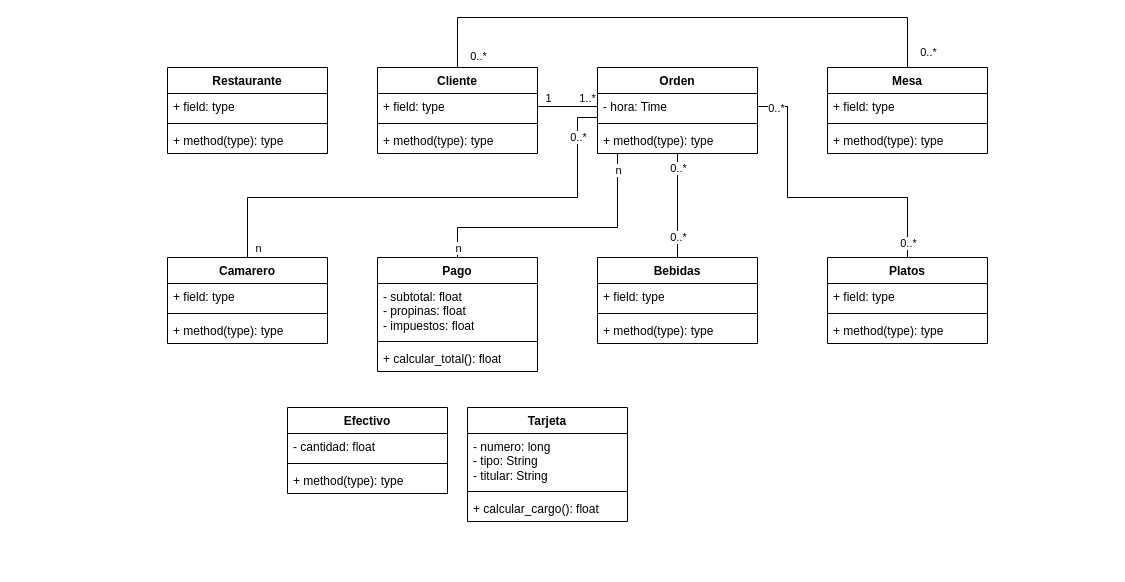
nicochare/final_ingenieria_software keeps this draw.io diagram as Entrega 2/diagrama_clases_restaurante_11-12.drawio. Above is the earlier version. Source tidied: cells renumbered, new cells numbered last; positions are measured from the earlier drawing's top-left corner, leaving out a move shared by most shapes. Both pictures are drawn from the tidied source at 100%, with x=0, y=0 at pixel (167, 17).
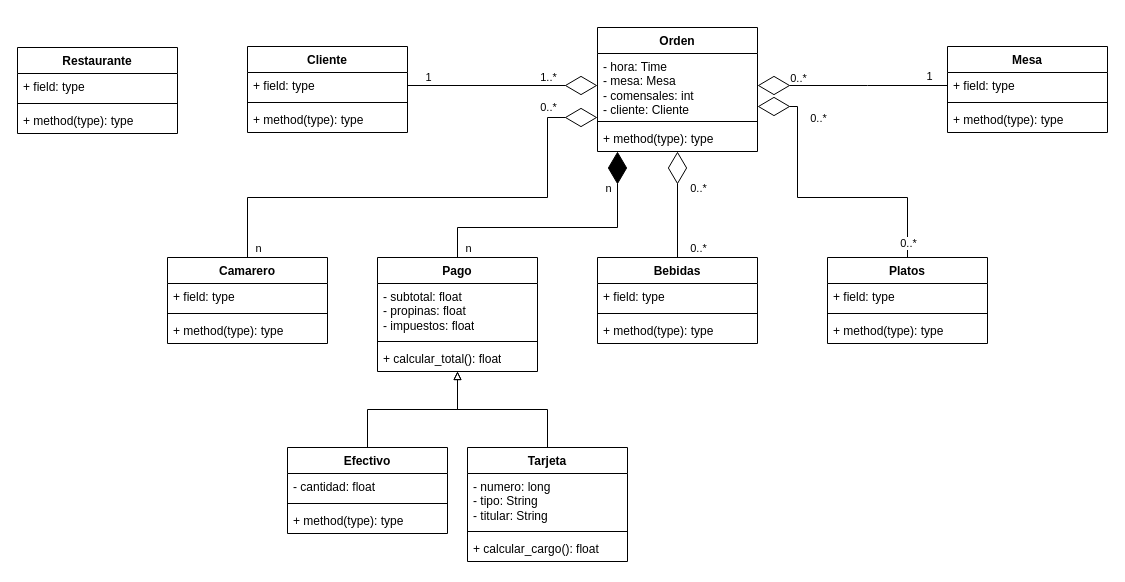
The same page after the edit.

The change refers to these unchanged cells:
```xml
<mxCell id="10" value="+ field: type" style="text;strokeColor=none;fillColor=none;align=left;verticalAlign=top;spacingLeft=4;spacingRight=4;overflow=hidden;points=[[0,0.5],[1,0.5]];portConstraint=eastwest;whiteSpace=wrap;html=1;" parent="9" vertex="1">
  <mxGeometry y="26" width="160" height="26" as="geometry" />
</mxCell>
<mxCell id="27" value="Bebidas" style="swimlane;fontStyle=1;align=center;verticalAlign=top;horizontal=1;startSize=26;whiteSpace=wrap;html=1;" parent="1" vertex="1">
  <mxGeometry x="430" y="240" width="160" height="86" as="geometry" />
</mxCell>
<mxCell id="31" value="Platos" style="swimlane;fontStyle=1;align=center;verticalAlign=top;horizontal=1;startSize=26;whiteSpace=wrap;html=1;" parent="1" vertex="1">
  <mxGeometry x="660" y="240" width="160" height="86" as="geometry" />
</mxCell>
<mxCell id="38" value="Pago" style="swimlane;fontStyle=1;align=center;verticalAlign=top;horizontal=1;startSize=26;whiteSpace=wrap;html=1;" parent="1" vertex="1">
  <mxGeometry x="210" y="240" width="160" height="114" as="geometry" />
</mxCell>
<mxCell id="56" value="Camarero" style="swimlane;fontStyle=1;align=center;verticalAlign=top;horizontal=1;startSize=26;whiteSpace=wrap;html=1;" parent="1" vertex="1">
  <mxGeometry y="240" width="160" height="86" as="geometry" />
</mxCell>
```

Change to the diagram source:
```diff
@@
     <mxCell id="2" value="Restaurante" style="swimlane;fontStyle=1;align=center;verticalAlign=top;horizontal=1;startSize=26;whiteSpace=wrap;html=1;" parent="1" vertex="1">
-      <mxGeometry y="50" width="160" height="86" as="geometry" />
+      <mxGeometry x="-150" y="30" width="160" height="86" as="geometry" />
     </mxCell>
@@
-    <mxCell id="6" style="edgeStyle=orthogonalEdgeStyle;rounded=0;jettySize=auto;html=1;entryX=0.5;entryY=0;entryDx=0;entryDy=0;endArrow=none;endFill=0;" parent="1" edge="1" source="9" target="13">
-      <mxGeometry relative="1" as="geometry">
-        <Array as="points">
-          <mxPoint x="290" />
-          <mxPoint x="740" />
-        </Array>
-      </mxGeometry>
-    </mxCell>
-    <mxCell id="7" value="0..*" style="edgeLabel;html=1;align=center;verticalAlign=middle;" parent="6" vertex="1">
-      <mxGeometry x="-0.91" y="2" relative="1" as="geometry">
-        <mxPoint x="22" y="13" as="offset" />
-      </mxGeometry>
-    </mxCell>
-    <mxCell id="8" value="0..*" style="edgeLabel;html=1;align=center;verticalAlign=middle;" parent="6" vertex="1">
-      <mxGeometry x="0.94" y="2" relative="1" as="geometry">
-        <mxPoint x="18" as="offset" />
-      </mxGeometry>
-    </mxCell>
     <mxCell id="9" value="Cliente" style="swimlane;fontStyle=1;align=center;verticalAlign=top;horizontal=1;startSize=26;whiteSpace=wrap;html=1;" parent="1" vertex="1">
-      <mxGeometry x="210" y="50" width="160" height="86" as="geometry" />
+      <mxGeometry x="80" y="29" width="160" height="86" as="geometry" />
     </mxCell>
@@
     <mxCell id="13" value="Mesa" style="swimlane;fontStyle=1;align=center;verticalAlign=top;horizontal=1;startSize=26;whiteSpace=wrap;html=1;" parent="1" vertex="1">
-      <mxGeometry x="660" y="50" width="160" height="86" as="geometry" />
+      <mxGeometry x="780" y="29" width="160" height="86" as="geometry" />
     </mxCell>
@@
-    <mxCell id="17" style="edgeStyle=orthogonalEdgeStyle;rounded=0;jettySize=auto;html=1;entryX=0.5;entryY=0;entryDx=0;entryDy=0;endArrow=none;endFill=0;" parent="1" edge="1" source="23" target="27">
+    <mxCell id="17" style="edgeStyle=orthogonalEdgeStyle;rounded=0;jettySize=auto;html=1;entryX=0.5;entryY=0;entryDx=0;entryDy=0;endArrow=none;endFill=0;startArrow=diamondThin;startFill=0;startSize=30;" parent="1" edge="1" source="23" target="27">
       <mxGeometry relative="1" as="geometry" />
     </mxCell>
     <mxCell id="18" value="0..*" style="edgeLabel;html=1;align=center;verticalAlign=middle;" parent="17" vertex="1">
       <mxGeometry x="-0.87" y="1" relative="1" as="geometry">
-        <mxPoint x="-1" y="7" as="offset" />
+        <mxPoint x="19" y="29" as="offset" />
       </mxGeometry>
     </mxCell>
     <mxCell id="19" value="0..*" style="edgeLabel;html=1;align=center;verticalAlign=middle;" parent="17" vertex="1">
       <mxGeometry x="0.47" relative="1" as="geometry">
-        <mxPoint y="7" as="offset" />
+        <mxPoint x="20" y="18" as="offset" />
       </mxGeometry>
     </mxCell>
-    <mxCell id="20" style="edgeStyle=orthogonalEdgeStyle;rounded=0;jettySize=auto;html=1;entryX=0.5;entryY=0;entryDx=0;entryDy=0;endArrow=none;endFill=0;" parent="1" edge="1" source="23" target="56">
+    <mxCell id="20" style="edgeStyle=orthogonalEdgeStyle;rounded=0;jettySize=auto;html=1;entryX=0.5;entryY=0;entryDx=0;entryDy=0;endArrow=none;endFill=0;startSize=30;startArrow=diamondThin;startFill=0;" parent="1" edge="1" source="23" target="56">
       <mxGeometry relative="1" as="geometry">
         <Array as="points">
-          <mxPoint x="410" y="100" />
-          <mxPoint x="410" y="180" />
+          <mxPoint x="380" y="100" />
+          <mxPoint x="380" y="180" />
           <mxPoint x="80" y="180" />
         </Array>
       </mxGeometry>
     </mxCell>
@@
     <mxCell id="23" value="Orden" style="swimlane;fontStyle=1;align=center;verticalAlign=top;horizontal=1;startSize=26;whiteSpace=wrap;html=1;" parent="1" vertex="1">
-      <mxGeometry x="430" y="50" width="160" height="86" as="geometry" />
+      <mxGeometry x="430" y="10" width="160" height="124" as="geometry" />
     </mxCell>
-    <mxCell id="24" value="- hora: Time" style="text;strokeColor=none;fillColor=none;align=left;verticalAlign=top;spacingLeft=4;spacingRight=4;overflow=hidden;points=[[0,0.5],[1,0.5]];portConstraint=eastwest;whiteSpace=wrap;html=1;" parent="23" vertex="1">
-      <mxGeometry y="26" width="160" height="26" as="geometry" />
+    <mxCell id="24" value="&lt;div&gt;- hora: Time&lt;/div&gt;&lt;div&gt;- mesa: Mesa&lt;/div&gt;&lt;div&gt;- comensales: int&lt;/div&gt;&lt;div&gt;- cliente: Cliente&lt;/div&gt;" style="text;strokeColor=none;fillColor=none;align=left;verticalAlign=top;spacingLeft=4;spacingRight=4;overflow=hidden;points=[[0,0.5],[1,0.5]];portConstraint=eastwest;whiteSpace=wrap;html=1;" parent="23" vertex="1">
+      <mxGeometry y="26" width="160" height="64" as="geometry" />
     </mxCell>
     <mxCell id="25" style="line;strokeWidth=1;fillColor=none;align=left;verticalAlign=middle;spacingTop=-1;spacingLeft=3;spacingRight=3;labelPosition=right;strokeColor=inherit;" parent="23" vertex="1">
-      <mxGeometry y="52" width="160" height="8" as="geometry" />
+      <mxGeometry y="90" width="160" height="8" as="geometry" />
     </mxCell>
     <mxCell id="26" value="+ method(type): type" style="text;strokeColor=none;fillColor=none;align=left;verticalAlign=top;spacingLeft=4;spacingRight=4;overflow=hidden;whiteSpace=wrap;html=1;" parent="23" vertex="1">
-      <mxGeometry y="60" width="160" height="26" as="geometry" />
+      <mxGeometry y="98" width="160" height="26" as="geometry" />
     </mxCell>
@@
-    <mxCell id="35" style="edgeStyle=orthogonalEdgeStyle;rounded=0;jettySize=auto;html=1;endArrow=none;endFill=0;" parent="1" edge="1" source="38" target="23">
+    <mxCell id="35" style="edgeStyle=orthogonalEdgeStyle;rounded=0;jettySize=auto;html=1;endArrow=diamondThin;endFill=1;endSize=30;" parent="1" edge="1" source="38" target="23">
       <mxGeometry relative="1" as="geometry">
         <Array as="points">
           <mxPoint x="290" y="210" />
           <mxPoint x="450" y="210" />
         </Array>
       </mxGeometry>
     </mxCell>
     <mxCell id="36" value="n" style="edgeLabel;html=1;align=center;verticalAlign=middle;" parent="35" vertex="1">
       <mxGeometry x="-0.64" y="2" relative="1" as="geometry">
-        <mxPoint x="-18" y="22" as="offset" />
+        <mxPoint x="-8" y="22" as="offset" />
       </mxGeometry>
     </mxCell>
     <mxCell id="37" value="n" style="edgeLabel;html=1;align=center;verticalAlign=middle;" parent="35" vertex="1">
       <mxGeometry x="0.88" y="-4" relative="1" as="geometry">
-        <mxPoint x="-4" as="offset" />
+        <mxPoint x="-14" y="20" as="offset" />
       </mxGeometry>
     </mxCell>
@@
+    <mxCell id="60" style="edgeStyle=orthogonalEdgeStyle;rounded=0;jettySize=auto;html=1;endArrow=block;endFill=0;" parent="1" edge="1" source="42" target="38">
+      <mxGeometry relative="1" as="geometry" />
+    </mxCell>
     <mxCell id="42" value="Efectivo" style="swimlane;fontStyle=1;align=center;verticalAlign=top;horizontal=1;startSize=26;whiteSpace=wrap;html=1;" parent="1" vertex="1">
-      <mxGeometry x="120" y="390" width="160" height="86" as="geometry" />
+      <mxGeometry x="120" y="430" width="160" height="86" as="geometry" />
     </mxCell>
@@
+    <mxCell id="61" style="edgeStyle=orthogonalEdgeStyle;rounded=0;jettySize=auto;html=1;endArrow=block;endFill=0;" parent="1" edge="1" source="46" target="38">
+      <mxGeometry relative="1" as="geometry" />
+    </mxCell>
     <mxCell id="46" value="Tarjeta" style="swimlane;fontStyle=1;align=center;verticalAlign=top;horizontal=1;startSize=26;whiteSpace=wrap;html=1;" parent="1" vertex="1">
-      <mxGeometry x="300" y="390" width="160" height="114" as="geometry" />
+      <mxGeometry x="300" y="430" width="160" height="114" as="geometry" />
     </mxCell>
@@
-    <mxCell id="50" style="edgeStyle=orthogonalEdgeStyle;rounded=0;jettySize=auto;html=1;entryX=0;entryY=0.5;entryDx=0;entryDy=0;endArrow=none;endFill=0;" parent="1" edge="1" source="10" target="24">
+    <mxCell id="50" style="edgeStyle=orthogonalEdgeStyle;rounded=0;jettySize=auto;html=1;entryX=0;entryY=0.5;entryDx=0;entryDy=0;endArrow=diamondThin;endFill=0;endSize=30;" parent="1" edge="1" source="10" target="24">
       <mxGeometry relative="1" as="geometry" />
     </mxCell>
     <mxCell id="51" value="1..*" style="edgeLabel;html=1;align=center;verticalAlign=middle;" parent="50" vertex="1">
       <mxGeometry x="0.78" relative="1" as="geometry">
-        <mxPoint x="-4" y="-9" as="offset" />
+        <mxPoint x="-29" y="-9" as="offset" />
       </mxGeometry>
     </mxCell>
     <mxCell id="52" value="1" style="edgeLabel;html=1;align=center;verticalAlign=middle;" parent="50" vertex="1">
       <mxGeometry x="-0.28" relative="1" as="geometry">
-        <mxPoint x="-12" y="-9" as="offset" />
+        <mxPoint x="-48" y="-9" as="offset" />
       </mxGeometry>
     </mxCell>
-    <mxCell id="53" style="edgeStyle=orthogonalEdgeStyle;rounded=0;jettySize=auto;html=1;entryX=0.5;entryY=0;entryDx=0;entryDy=0;endArrow=none;endFill=0;" parent="1" edge="1" source="24" target="31">
+    <mxCell id="53" style="edgeStyle=orthogonalEdgeStyle;rounded=0;jettySize=auto;html=1;entryX=0.5;entryY=0;entryDx=0;entryDy=0;endArrow=none;endFill=0;startArrow=diamondThin;startFill=0;startSize=30;" parent="1" edge="1" source="24" target="31">
       <mxGeometry relative="1" as="geometry">
         <Array as="points">
-          <mxPoint x="620" y="89" />
-          <mxPoint x="620" y="180" />
+          <mxPoint x="630" y="89" />
+          <mxPoint x="630" y="180" />
           <mxPoint x="740" y="180" />
         </Array>
       </mxGeometry>
     </mxCell>
     <mxCell id="54" value="0..*" style="edgeLabel;html=1;align=center;verticalAlign=middle;" parent="53" vertex="1">
       <mxGeometry x="-0.88" relative="1" as="geometry">
-        <mxPoint y="1" as="offset" />
+        <mxPoint x="42" y="11" as="offset" />
       </mxGeometry>
     </mxCell>
@@
+    <mxCell id="62" style="edgeStyle=orthogonalEdgeStyle;rounded=0;jettySize=auto;html=1;endArrow=none;endFill=0;startArrow=diamondThin;startFill=0;endSize=30;startSize=30;" parent="1" edge="1" source="24" target="13">
+      <mxGeometry relative="1" as="geometry">
+        <Array as="points">
+          <mxPoint x="700" y="68" />
+          <mxPoint x="700" y="68" />
+        </Array>
+      </mxGeometry>
+    </mxCell>
+    <mxCell id="63" value="0..*" style="edgeLabel;html=1;align=center;verticalAlign=middle;" parent="62" vertex="1">
+      <mxGeometry x="-0.76" y="-1" relative="1" as="geometry">
+        <mxPoint x="17" y="-9" as="offset" />
+      </mxGeometry>
+    </mxCell>
+    <mxCell id="64" value="1" style="edgeLabel;html=1;align=center;verticalAlign=middle;" parent="62" vertex="1">
+      <mxGeometry x="0.5" relative="1" as="geometry">
+        <mxPoint x="28" y="-10" as="offset" />
+      </mxGeometry>
+    </mxCell>
```
